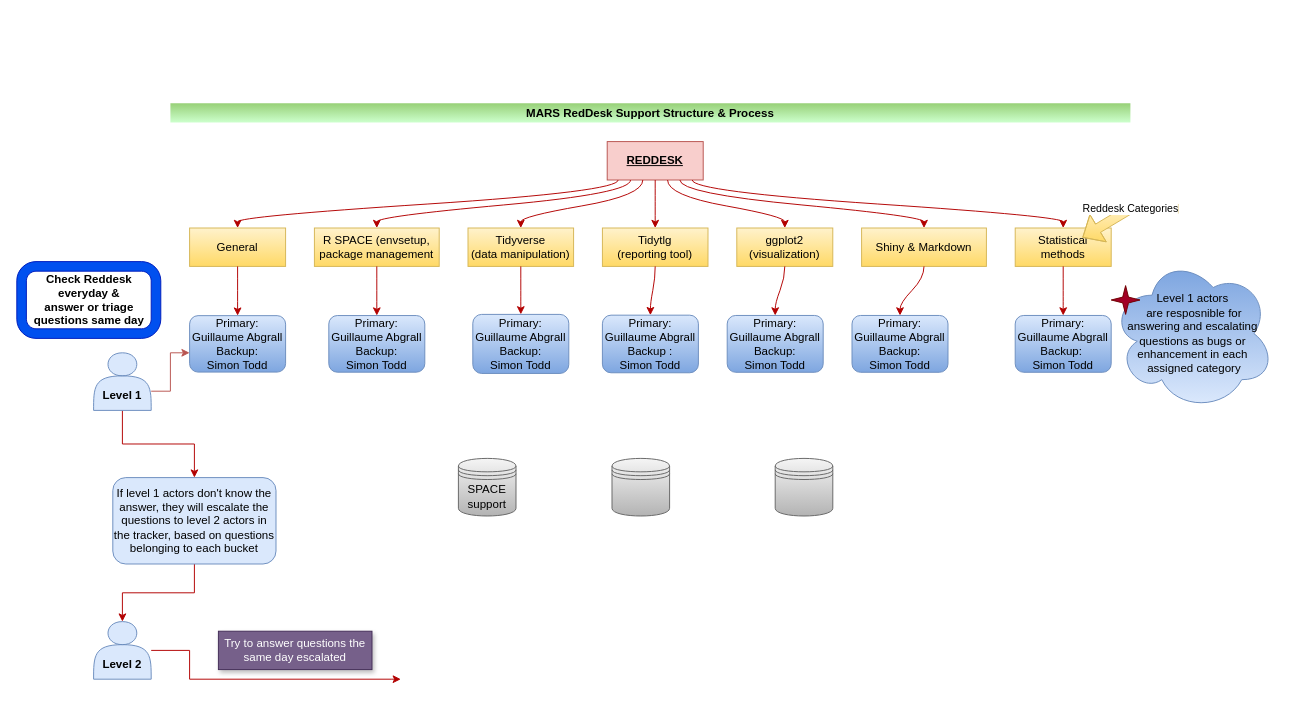
guigui351/Datacamp-R keeps this draw.io diagram as Untitled Diagram.drawio. Above is the earlier version. Source tidied: cells renumbered, new cells numbered last; positions are measured from the earlier drawing's top-left corner, leaving out a move shared by most shapes. Both pictures are drawn from the tidied source at 96%, with x=0, y=0 at pixel (16, 103). Pictures stored in the file or linked from it are replaced by grey dashed boxes.
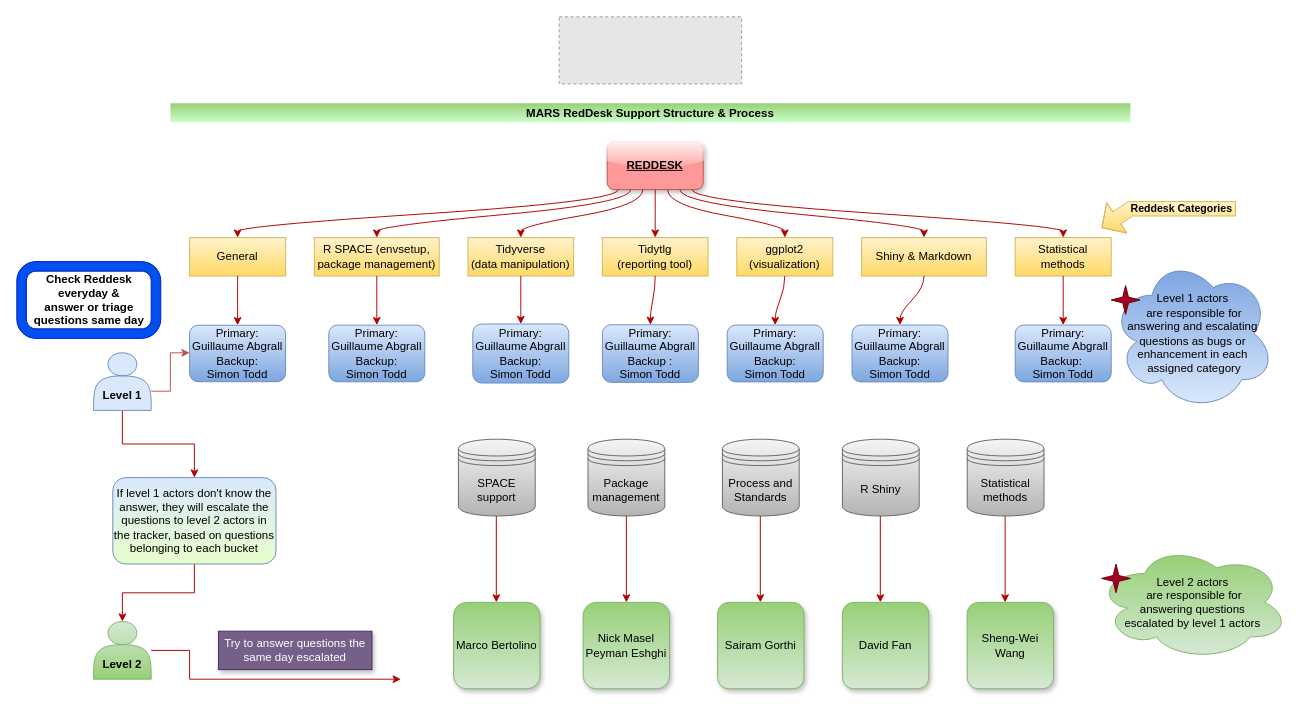
The same diagram, later.

The edit, as a diff of the source:
```diff
@@
     <mxCell id="2" value="MARS RedDesk Support Structure &amp; Process" style="swimlane;startSize=20;horizontal=1;flowOrientation=north;interRankCellSpacing=50;containerType=tree;strokeColor=none;fillColor=#CCFFCC;gradientColor=#97d077;gradientDirection=north;" parent="1" vertex="1">
-      <mxGeometry x="160" width="1000" height="302" as="geometry" />
+      <mxGeometry x="160" width="1000" height="312" as="geometry" />
     </mxCell>
-    <mxCell id="3" value="REDDESK" style="whiteSpace=wrap;html=1;fontStyle=5;fillColor=#f8cecc;strokeColor=#b85450;" parent="2" vertex="1">
-      <mxGeometry x="455" y="40" width="100" height="40" as="geometry" />
+    <mxCell id="3" value="REDDESK" style="whiteSpace=wrap;html=1;fontStyle=5;fillColor=#FF9999;strokeColor=#b85450;rounded=1;glass=1;sketch=0;shadow=1;gradientColor=none;" parent="2" vertex="1">
+      <mxGeometry x="455" y="40" width="100" height="50" as="geometry" />
     </mxCell>
     <mxCell id="4" value="Statistical methods" style="whiteSpace=wrap;html=1;fillColor=#fff2cc;strokeColor=#d6b656;gradientColor=#ffd966;" parent="2" vertex="1">
-      <mxGeometry x="880" y="130" width="100" height="40" as="geometry" />
+      <mxGeometry x="880" y="140" width="100" height="40" as="geometry" />
     </mxCell>
     <mxCell id="5" style="html=1;curved=1;rounded=0;noEdgeStyle=1;orthogonal=1;fillColor=#e51400;strokeColor=#B20000;" parent="2" edge="1" source="3" target="4">
       <mxGeometry relative="1" as="geometry">
         <Array as="points">
-          <mxPoint x="543.6" y="92" />
-          <mxPoint x="930" y="118" />
+          <mxPoint x="543.6" y="102" />
+          <mxPoint x="930" y="128" />
         </Array>
       </mxGeometry>
     </mxCell>
     <mxCell id="6" value="Shiny &amp;amp; Markdown" style="whiteSpace=wrap;html=1;fillColor=#fff2cc;gradientColor=#ffd966;strokeColor=#d6b656;" parent="2" vertex="1">
-      <mxGeometry x="720" y="130" width="130" height="40" as="geometry" />
+      <mxGeometry x="720" y="140" width="130" height="40" as="geometry" />
     </mxCell>
     <mxCell id="7" style="html=1;curved=1;rounded=0;noEdgeStyle=1;orthogonal=1;fillColor=#e51400;strokeColor=#B20000;" parent="2" edge="1" source="3" target="6">
       <mxGeometry relative="1" as="geometry">
         <Array as="points">
-          <mxPoint x="530.7" y="94" />
-          <mxPoint x="785" y="118" />
+          <mxPoint x="530.7" y="104" />
+          <mxPoint x="785" y="128" />
         </Array>
       </mxGeometry>
     </mxCell>
     <mxCell id="8" style="html=1;curved=1;rounded=0;noEdgeStyle=1;orthogonal=1;fillColor=#e51400;strokeColor=#B20000;" parent="2" edge="1" source="3" target="9">
       <mxGeometry relative="1" as="geometry">
         <Array as="points">
-          <mxPoint x="517.9" y="96" />
-          <mxPoint x="640" y="118" />
+          <mxPoint x="517.9" y="106" />
+          <mxPoint x="640" y="128" />
         </Array>
       </mxGeometry>
     </mxCell>
     <mxCell id="9" value="ggplot2 (visualization)" style="whiteSpace=wrap;html=1;fillColor=#fff2cc;gradientColor=#ffd966;strokeColor=#d6b656;" parent="2" vertex="1">
-      <mxGeometry x="590" y="130" width="100" height="40" as="geometry" />
+      <mxGeometry x="590" y="140" width="100" height="40" as="geometry" />
     </mxCell>
     <mxCell id="10" style="html=1;curved=1;rounded=0;noEdgeStyle=1;orthogonal=1;fillColor=#e51400;strokeColor=#B20000;" parent="2" edge="1" source="3" target="11">
       <mxGeometry relative="1" as="geometry">
         <Array as="points">
-          <mxPoint x="505" y="98" />
-          <mxPoint x="505" y="118" />
+          <mxPoint x="505" y="108" />
+          <mxPoint x="505" y="128" />
         </Array>
       </mxGeometry>
     </mxCell>
     <mxCell id="11" value="Tidytlg&lt;br&gt;(reporting tool)" style="whiteSpace=wrap;html=1;fillColor=#fff2cc;gradientColor=#ffd966;strokeColor=#d6b656;" parent="2" vertex="1">
-      <mxGeometry x="450" y="130" width="110" height="40" as="geometry" />
+      <mxGeometry x="450" y="140" width="110" height="40" as="geometry" />
     </mxCell>
     <mxCell id="12" style="html=1;curved=1;rounded=0;noEdgeStyle=1;orthogonal=1;fillColor=#e51400;strokeColor=#B20000;" parent="2" edge="1" source="3" target="13">
       <mxGeometry relative="1" as="geometry">
         <Array as="points">
-          <mxPoint x="492.1" y="96" />
-          <mxPoint x="365" y="118" />
+          <mxPoint x="492.1" y="106" />
+          <mxPoint x="365" y="128" />
         </Array>
       </mxGeometry>
     </mxCell>
     <mxCell id="13" value="Tidyverse&lt;br&gt;(data manipulation)" style="whiteSpace=wrap;html=1;fillColor=#fff2cc;gradientColor=#ffd966;strokeColor=#d6b656;" parent="2" vertex="1">
-      <mxGeometry x="310" y="130" width="110" height="40" as="geometry" />
+      <mxGeometry x="310" y="140" width="110" height="40" as="geometry" />
     </mxCell>
     <mxCell id="14" style="html=1;curved=1;rounded=0;noEdgeStyle=1;orthogonal=1;fillColor=#e51400;strokeColor=#B20000;" parent="2" edge="1" source="4" target="15">
       <mxGeometry relative="1" as="geometry">
         <Array as="points">
-          <mxPoint x="930" y="182" />
-          <mxPoint x="930" y="208" />
+          <mxPoint x="930" y="192" />
+          <mxPoint x="930" y="218" />
         </Array>
       </mxGeometry>
     </mxCell>
     <mxCell id="15" value="Primary:&lt;br&gt;Guillaume Abgrall&lt;br&gt;Backup:&amp;nbsp;&lt;br&gt;Simon Todd" style="whiteSpace=wrap;html=1;fillColor=#dae8fc;gradientColor=#7ea6e0;strokeColor=#6c8ebf;rounded=1;" parent="2" vertex="1">
-      <mxGeometry x="880" y="221.1" width="100" height="59.2" as="geometry" />
+      <mxGeometry x="880" y="231.1" width="100" height="59.2" as="geometry" />
     </mxCell>
     <mxCell id="16" style="html=1;curved=1;rounded=0;noEdgeStyle=1;orthogonal=1;fillColor=#e51400;strokeColor=#B20000;" parent="2" edge="1" source="6" target="17">
       <mxGeometry relative="1" as="geometry">
         <Array as="points">
-          <mxPoint x="785" y="182" />
-          <mxPoint x="760" y="208" />
+          <mxPoint x="785" y="192" />
+          <mxPoint x="760" y="218" />
         </Array>
       </mxGeometry>
     </mxCell>
     <mxCell id="17" value="Primary:&lt;br&gt;Guillaume Abgrall&lt;br&gt;Backup:&lt;br&gt;Simon Todd" style="whiteSpace=wrap;html=1;fillColor=#dae8fc;gradientColor=#7ea6e0;strokeColor=#6c8ebf;rounded=1;" parent="2" vertex="1">
-      <mxGeometry x="710" y="221.1" width="100" height="59.2" as="geometry" />
+      <mxGeometry x="710" y="231.1" width="100" height="59.2" as="geometry" />
     </mxCell>
     <mxCell id="18" style="html=1;curved=1;rounded=0;noEdgeStyle=1;orthogonal=1;fillColor=#e51400;strokeColor=#B20000;" parent="2" edge="1" source="9" target="31">
       <mxGeometry relative="1" as="geometry">
         <Array as="points">
-          <mxPoint x="640" y="182" />
-          <mxPoint x="630" y="208" />
+          <mxPoint x="640" y="192" />
+          <mxPoint x="630" y="218" />
         </Array>
       </mxGeometry>
     </mxCell>
     <mxCell id="19" style="html=1;curved=1;rounded=0;noEdgeStyle=1;orthogonal=1;fillColor=#e51400;strokeColor=#B20000;" parent="2" edge="1" source="11" target="20">
       <mxGeometry relative="1" as="geometry">
         <Array as="points">
-          <mxPoint x="505" y="182" />
-          <mxPoint x="500" y="208" />
+          <mxPoint x="505" y="192" />
+          <mxPoint x="500" y="218" />
         </Array>
       </mxGeometry>
     </mxCell>
     <mxCell id="20" value="Primary: Guillaume Abgrall&lt;br&gt;Backup :&lt;br&gt;Simon Todd" style="whiteSpace=wrap;html=1;fillColor=#dae8fc;gradientColor=#7ea6e0;strokeColor=#6c8ebf;rounded=1;" parent="2" vertex="1">
-      <mxGeometry x="450" y="220.8" width="100" height="60" as="geometry" />
+      <mxGeometry x="450" y="230.8" width="100" height="60" as="geometry" />
     </mxCell>
     <mxCell id="21" style="html=1;curved=1;rounded=0;noEdgeStyle=1;orthogonal=1;fillColor=#e51400;strokeColor=#B20000;" parent="2" edge="1" source="13" target="22">
       <mxGeometry relative="1" as="geometry">
         <Array as="points">
-          <mxPoint x="365" y="182" />
-          <mxPoint x="365" y="208" />
+          <mxPoint x="365" y="192" />
+          <mxPoint x="365" y="218" />
         </Array>
       </mxGeometry>
     </mxCell>
     <mxCell id="22" value="Primary: Guillaume Abgrall&lt;br&gt;Backup:&lt;br&gt;Simon Todd" style="whiteSpace=wrap;html=1;fillColor=#dae8fc;gradientColor=#7ea6e0;strokeColor=#6c8ebf;rounded=1;" parent="2" vertex="1">
-      <mxGeometry x="315" y="220" width="100" height="61.5" as="geometry" />
+      <mxGeometry x="315" y="230" width="100" height="61.5" as="geometry" />
     </mxCell>
     <mxCell id="23" style="html=1;curved=1;rounded=0;noEdgeStyle=1;orthogonal=1;fillColor=#e51400;strokeColor=#B20000;" parent="2" edge="1" source="3" target="24">
       <mxGeometry relative="1" as="geometry">
         <Array as="points">
-          <mxPoint x="479.3" y="94" />
-          <mxPoint x="215" y="118" />
+          <mxPoint x="479.3" y="104" />
+          <mxPoint x="215" y="128" />
         </Array>
       </mxGeometry>
     </mxCell>
-    <mxCell id="24" value="R SPACE (envsetup, &lt;br&gt;package management" style="whiteSpace=wrap;html=1;fillColor=#fff2cc;gradientColor=#ffd966;strokeColor=#d6b656;" parent="2" vertex="1">
-      <mxGeometry x="150" y="130" width="130" height="40" as="geometry" />
+    <mxCell id="24" value="R SPACE (envsetup, &lt;br&gt;package management)" style="whiteSpace=wrap;html=1;fillColor=#fff2cc;gradientColor=#ffd966;strokeColor=#d6b656;" parent="2" vertex="1">
+      <mxGeometry x="150" y="140" width="130" height="40" as="geometry" />
     </mxCell>
     <mxCell id="25" style="html=1;curved=1;rounded=0;noEdgeStyle=1;orthogonal=1;fillColor=#e51400;strokeColor=#B20000;" parent="2" edge="1" source="3" target="26">
       <mxGeometry relative="1" as="geometry">
         <Array as="points">
-          <mxPoint x="466.4" y="92" />
-          <mxPoint x="70" y="118" />
+          <mxPoint x="466.4" y="102" />
+          <mxPoint x="70" y="128" />
         </Array>
       </mxGeometry>
     </mxCell>
     <mxCell id="26" value="General" style="whiteSpace=wrap;html=1;fillColor=#fff2cc;gradientColor=#ffd966;strokeColor=#d6b656;" parent="2" vertex="1">
-      <mxGeometry x="20" y="130" width="100" height="40" as="geometry" />
+      <mxGeometry x="20" y="140" width="100" height="40" as="geometry" />
     </mxCell>
     <mxCell id="27" style="html=1;curved=1;rounded=0;noEdgeStyle=1;orthogonal=1;fillColor=#e51400;strokeColor=#B20000;" parent="2" edge="1" source="24" target="28">
       <mxGeometry relative="1" as="geometry">
         <Array as="points">
-          <mxPoint x="215" y="182" />
-          <mxPoint x="215" y="208" />
+          <mxPoint x="215" y="192" />
+          <mxPoint x="215" y="218" />
         </Array>
       </mxGeometry>
     </mxCell>
     <mxCell id="28" value="Primary: Guillaume Abgrall&lt;br&gt;Backup:&lt;br&gt;Simon Todd" style="whiteSpace=wrap;html=1;fillColor=#dae8fc;gradientColor=#7ea6e0;strokeColor=#6c8ebf;rounded=1;" parent="2" vertex="1">
-      <mxGeometry x="165" y="221.2" width="100" height="59" as="geometry" />
+      <mxGeometry x="165" y="231.2" width="100" height="59" as="geometry" />
     </mxCell>
     <mxCell id="29" style="html=1;curved=1;rounded=0;noEdgeStyle=1;orthogonal=1;fillColor=#e51400;strokeColor=#B20000;" parent="2" edge="1" source="26" target="30">
       <mxGeometry relative="1" as="geometry">
         <Array as="points">
-          <mxPoint x="70" y="182" />
-          <mxPoint x="70" y="208" />
+          <mxPoint x="70" y="192" />
+          <mxPoint x="70" y="218" />
         </Array>
       </mxGeometry>
     </mxCell>
     <mxCell id="30" value="Primary: Guillaume Abgrall&lt;br&gt;Backup:&lt;br&gt;Simon Todd" style="whiteSpace=wrap;html=1;fillColor=#dae8fc;gradientColor=#7ea6e0;strokeColor=#6c8ebf;rounded=1;" parent="2" vertex="1">
-      <mxGeometry x="20" y="221.3" width="100" height="58.8" as="geometry" />
+      <mxGeometry x="20" y="231.3" width="100" height="58.8" as="geometry" />
     </mxCell>
     <mxCell id="31" value="Primary: Guillaume Abgrall&lt;br&gt;Backup: &lt;br&gt;Simon Todd" style="whiteSpace=wrap;html=1;fillColor=#dae8fc;gradientColor=#7ea6e0;strokeColor=#6c8ebf;rounded=1;" parent="2" vertex="1">
-      <mxGeometry x="580" y="221.1" width="100" height="59.2" as="geometry" />
+      <mxGeometry x="580" y="231.1" width="100" height="59.2" as="geometry" />
     </mxCell>
@@
     <mxCell id="34" value="SPACE support" style="shape=datastore;whiteSpace=wrap;html=1;fillColor=#f5f5f5;gradientColor=#b3b3b3;strokeColor=#666666;" parent="1" vertex="1">
-      <mxGeometry x="460" y="370" width="60" height="60" as="geometry" />
+      <mxGeometry x="460" y="350" width="80" height="80" as="geometry" />
     </mxCell>
-    <mxCell id="35" style="shape=datastore;whiteSpace=wrap;html=1;fillColor=#f5f5f5;gradientColor=#b3b3b3;strokeColor=#666666;" parent="1" vertex="1">
-      <mxGeometry x="620" y="370" width="60" height="60" as="geometry" />
+    <mxCell id="35" value="Package management" style="shape=datastore;whiteSpace=wrap;html=1;fillColor=#f5f5f5;gradientColor=#b3b3b3;strokeColor=#666666;" parent="1" vertex="1">
+      <mxGeometry x="595" y="350" width="80" height="80" as="geometry" />
     </mxCell>
-    <mxCell id="36" style="shape=datastore;whiteSpace=wrap;html=1;fillColor=#f5f5f5;gradientColor=#b3b3b3;strokeColor=#666666;" parent="1" vertex="1">
-      <mxGeometry x="790" y="370" width="60" height="60" as="geometry" />
+    <mxCell id="36" value="&lt;span style=&quot;text-align: left&quot;&gt;&lt;font style=&quot;font-size: 12px&quot;&gt;Process and Standards&lt;/font&gt;&lt;/span&gt;" style="shape=datastore;whiteSpace=wrap;html=1;fillColor=#f5f5f5;gradientColor=#b3b3b3;strokeColor=#666666;" parent="1" vertex="1">
+      <mxGeometry x="735" y="350" width="80" height="80" as="geometry" />
     </mxCell>
@@
-    <mxCell id="38" value="Reddesk Categories" style="shape=flexArrow;endArrow=classic;html=1;rounded=0;endWidth=22;endSize=5.84;fillColor=#fff2cc;gradientColor=#ffd966;strokeColor=#d6b656;" parent="1" edge="1">
-      <mxGeometry x="-0.08" relative="1" as="geometry">
-        <mxPoint x="1210" y="110" as="sourcePoint" />
-        <mxPoint x="1110" y="140" as="targetPoint" />
+    <mxCell id="38" value="Reddesk Categories" style="shape=flexArrow;endArrow=classic;html=1;rounded=0;endWidth=22;endSize=5.84;fillColor=#fff2cc;gradientColor=#ffd966;strokeColor=#d6b656;width=15;labelBackgroundColor=none;fontStyle=1;" parent="1" edge="1">
+      <mxGeometry x="-0.22" relative="1" as="geometry">
+        <mxPoint x="1270" y="110" as="sourcePoint" />
+        <mxPoint x="1130" y="130" as="targetPoint" />
         <Array as="points">
           <mxPoint x="1190" y="110" />
           <mxPoint x="1160" y="110" />
         </Array>
       </mxGeometry>
     </mxCell>
-    <mxCell id="39" value="Level 1 actors&lt;br&gt;&amp;nbsp;are resposnible for &lt;br&gt;answering and escalating questions as bugs or enhancement in each&lt;br&gt;&amp;nbsp;assigned category" style="ellipse;shape=cloud;whiteSpace=wrap;html=1;shadow=0;fillColor=#dae8fc;gradientDirection=north;gradientColor=#7ea6e0;strokeColor=#6c8ebf;sketch=0;" parent="1" vertex="1">
+    <mxCell id="39" value="Level 1 actors&lt;br&gt;&amp;nbsp;are responsible for &lt;br&gt;answering and escalating questions as bugs or enhancement in each&lt;br&gt;&amp;nbsp;assigned category" style="ellipse;shape=cloud;whiteSpace=wrap;html=1;shadow=0;fillColor=#dae8fc;gradientDirection=north;gradientColor=#7ea6e0;strokeColor=#6c8ebf;sketch=0;" parent="1" vertex="1">
       <mxGeometry x="1140" y="160" width="170" height="160" as="geometry" />
     </mxCell>
@@
-    <mxCell id="44" value="If level 1 actors don't know the answer, they will escalate the questions to level 2 actors in the tracker, based on questions belonging to each bucket" style="rounded=1;whiteSpace=wrap;html=1;fillColor=#dae8fc;strokeColor=#6c8ebf;" parent="1" vertex="1">
+    <mxCell id="44" value="If level 1 actors don't know the answer, they will escalate the questions to level 2 actors in the tracker, based on questions belonging to each bucket" style="rounded=1;whiteSpace=wrap;html=1;fillColor=#dae8fc;strokeColor=#6c8ebf;gradientColor=#E6FFCC;gradientDirection=south;" parent="1" vertex="1">
       <mxGeometry x="100" y="390" width="170" height="90" as="geometry" />
     </mxCell>
@@
-    <mxCell id="46" value="&lt;b&gt;&lt;br&gt;&lt;br&gt;Level 2&lt;/b&gt;" style="shape=actor;whiteSpace=wrap;html=1;fillColor=#dae8fc;strokeColor=#6c8ebf;" parent="1" vertex="1">
+    <mxCell id="46" value="&lt;b&gt;&lt;br&gt;&lt;br&gt;Level 2&lt;/b&gt;" style="shape=actor;whiteSpace=wrap;html=1;fillColor=#d5e8d4;strokeColor=#82b366;gradientColor=#97d077;" parent="1" vertex="1">
       <mxGeometry x="80" y="540" width="60" height="60" as="geometry" />
     </mxCell>
@@
+    <mxCell id="48" value="Marco Bertolino" style="rounded=1;whiteSpace=wrap;html=1;shadow=1;glass=0;sketch=0;fillColor=#d5e8d4;gradientDirection=north;strokeColor=#82b366;gradientColor=#97d077;" parent="1" vertex="1">
+      <mxGeometry x="455" y="520" width="90" height="90" as="geometry" />
+    </mxCell>
+    <mxCell id="49" value="Nick Masel&lt;br&gt;&lt;font style=&quot;font-size: 12px&quot;&gt;Peyman&amp;nbsp;&lt;/font&gt;Eshghi" style="rounded=1;whiteSpace=wrap;html=1;shadow=1;glass=0;sketch=0;fillColor=#d5e8d4;gradientDirection=north;strokeColor=#82b366;gradientColor=#97d077;" parent="1" vertex="1">
+      <mxGeometry x="590" y="520" width="90" height="90" as="geometry" />
+    </mxCell>
+    <mxCell id="50" style="edgeStyle=orthogonalEdgeStyle;rounded=0;orthogonalLoop=1;jettySize=auto;html=1;fillColor=#a20025;strokeColor=#B20000;" parent="1" edge="1">
+      <mxGeometry relative="1" as="geometry">
+        <mxPoint x="635" y="430" as="sourcePoint" />
+        <mxPoint x="635" y="520" as="targetPoint" />
+        <Array as="points">
+          <mxPoint x="635" y="520" />
+        </Array>
+      </mxGeometry>
+    </mxCell>
+    <mxCell id="51" style="edgeStyle=orthogonalEdgeStyle;rounded=0;orthogonalLoop=1;jettySize=auto;html=1;fillColor=#a20025;strokeColor=#B20000;" parent="1" edge="1">
+      <mxGeometry relative="1" as="geometry">
+        <mxPoint x="774.5" y="430" as="sourcePoint" />
+        <mxPoint x="774.5" y="520" as="targetPoint" />
+        <Array as="points">
+          <mxPoint x="774.5" y="520" />
+        </Array>
+      </mxGeometry>
+    </mxCell>
+    <mxCell id="52" value="Sairam Gorthi" style="rounded=1;whiteSpace=wrap;html=1;shadow=1;glass=0;sketch=0;fillColor=#d5e8d4;gradientDirection=north;strokeColor=#82b366;gradientColor=#97d077;arcSize=13;" parent="1" vertex="1">
+      <mxGeometry x="730" y="520" width="90" height="90" as="geometry" />
+    </mxCell>
+    <mxCell id="53" value="&lt;span style=&quot;font-family: &amp;#34;segoe ui&amp;#34; , &amp;#34;segoe ui web (west european)&amp;#34; , &amp;#34;segoe ui&amp;#34; , , &amp;#34;blinkmacsystemfont&amp;#34; , &amp;#34;roboto&amp;#34; , &amp;#34;helvetica neue&amp;#34; , sans-serif ; text-align: left&quot;&gt;&lt;font style=&quot;font-size: 12px&quot;&gt;R Shiny&lt;/font&gt;&lt;/span&gt;" style="shape=datastore;whiteSpace=wrap;html=1;fillColor=#f5f5f5;gradientColor=#b3b3b3;strokeColor=#666666;" parent="1" vertex="1">
+      <mxGeometry x="860" y="350" width="80" height="80" as="geometry" />
+    </mxCell>
+    <mxCell id="54" style="edgeStyle=orthogonalEdgeStyle;rounded=0;orthogonalLoop=1;jettySize=auto;html=1;fillColor=#a20025;strokeColor=#B20000;" parent="1" edge="1">
+      <mxGeometry relative="1" as="geometry">
+        <mxPoint x="899.5" y="430" as="sourcePoint" />
+        <mxPoint x="899.5" y="520" as="targetPoint" />
+        <Array as="points">
+          <mxPoint x="899.5" y="520" />
+        </Array>
+      </mxGeometry>
+    </mxCell>
+    <mxCell id="55" value="David Fan" style="rounded=1;whiteSpace=wrap;html=1;shadow=1;glass=0;sketch=0;fillColor=#d5e8d4;gradientDirection=north;strokeColor=#82b366;gradientColor=#97d077;arcSize=13;" parent="1" vertex="1">
+      <mxGeometry x="860" y="520" width="90" height="90" as="geometry" />
+    </mxCell>
+    <mxCell id="56" style="edgeStyle=orthogonalEdgeStyle;rounded=0;orthogonalLoop=1;jettySize=auto;html=1;fillColor=#a20025;strokeColor=#B20000;" parent="1" edge="1">
+      <mxGeometry relative="1" as="geometry">
+        <mxPoint x="499.5" y="430" as="sourcePoint" />
+        <mxPoint x="499.5" y="520" as="targetPoint" />
+        <Array as="points">
+          <mxPoint x="499.5" y="520" />
+        </Array>
+      </mxGeometry>
+    </mxCell>
+    <mxCell id="57" value="Level 2 actors&lt;br&gt;&amp;nbsp;are responsible for &lt;br&gt;answering questions &lt;br&gt;escalated by level 1 actors" style="ellipse;shape=cloud;whiteSpace=wrap;html=1;shadow=0;fillColor=#d5e8d4;gradientDirection=north;gradientColor=#97d077;strokeColor=#82b366;sketch=0;" parent="1" vertex="1">
+      <mxGeometry x="1125" y="460" width="200" height="120" as="geometry" />
+    </mxCell>
+    <mxCell id="58" style="verticalLabelPosition=bottom;verticalAlign=top;html=1;shape=mxgraph.basic.4_point_star_2;dx=0.8;shadow=0;sketch=0;fillColor=#a20025;gradientDirection=north;strokeColor=#6F0000;fontColor=#ffffff;" parent="1" vertex="1">
+      <mxGeometry x="1130" y="480" width="30" height="30" as="geometry" />
+    </mxCell>
+    <mxCell id="59" value="&lt;span style=&quot;font-family: &amp;#34;segoe ui&amp;#34; , &amp;#34;segoe ui web (west european)&amp;#34; , &amp;#34;segoe ui&amp;#34; , , &amp;#34;blinkmacsystemfont&amp;#34; , &amp;#34;roboto&amp;#34; , &amp;#34;helvetica neue&amp;#34; , sans-serif ; text-align: left&quot;&gt;&lt;font style=&quot;font-size: 12px&quot;&gt;Statistical&lt;br&gt;methods&lt;br&gt;&lt;/font&gt;&lt;/span&gt;" style="shape=datastore;whiteSpace=wrap;html=1;fillColor=#f5f5f5;gradientColor=#b3b3b3;strokeColor=#666666;" parent="1" vertex="1">
+      <mxGeometry x="990" y="350" width="80" height="80" as="geometry" />
+    </mxCell>
+    <mxCell id="60" style="edgeStyle=orthogonalEdgeStyle;rounded=0;orthogonalLoop=1;jettySize=auto;html=1;fillColor=#a20025;strokeColor=#B20000;" parent="1" edge="1">
+      <mxGeometry relative="1" as="geometry">
+        <mxPoint x="1029.5" y="430" as="sourcePoint" />
+        <mxPoint x="1029.5" y="520" as="targetPoint" />
+        <Array as="points">
+          <mxPoint x="1029.5" y="520" />
+        </Array>
+      </mxGeometry>
+    </mxCell>
+    <mxCell id="61" value="&lt;span&gt;&lt;font style=&quot;font-size: 12px&quot;&gt;Sheng-Wei Wang&lt;/font&gt;&lt;/span&gt;" style="rounded=1;whiteSpace=wrap;html=1;shadow=1;glass=0;sketch=0;fillColor=#d5e8d4;gradientDirection=north;strokeColor=#82b366;gradientColor=#97d077;arcSize=13;" parent="1" vertex="1">
+      <mxGeometry x="990" y="520" width="90" height="90" as="geometry" />
+    </mxCell>
+    <mxCell id="62" style="fillColor=#E6E6E6;strokeColor=#999999;dashed=1;verticalLabelPosition=bottom;verticalAlign=top;labelBackgroundColor=none;fontFamily=Helvetica;fontSize=12;fontColor=#000000;" parent="1" vertex="1">
+      <mxGeometry x="565" y="-90" width="190" height="70" as="geometry" />
+    </mxCell>
```
